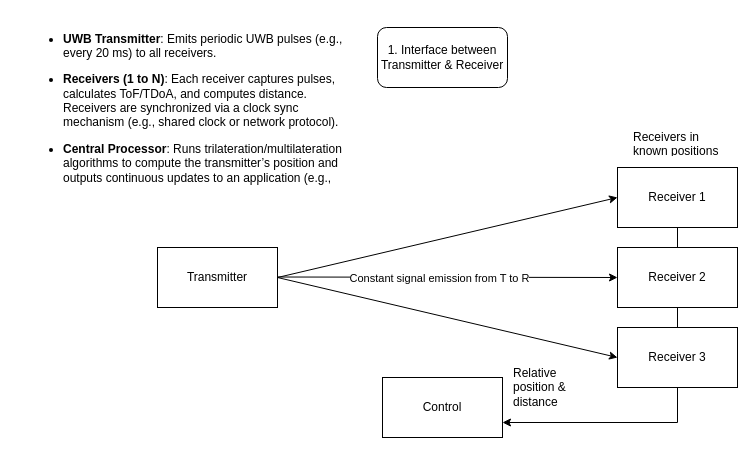
Above: page "Page-2" (2 of 3) of diagrams/blockdiagramdesign.drawio in BowieJames/FollowMe (draw.io), before the change. Source tidied: cells renumbered, new cells numbered last; positions are measured from the earlier drawing's top-left corner, leaving out a move shared by most shapes. Both pictures are drawn from the tidied source at 100%, with x=0, y=0 at pixel (17, 17).
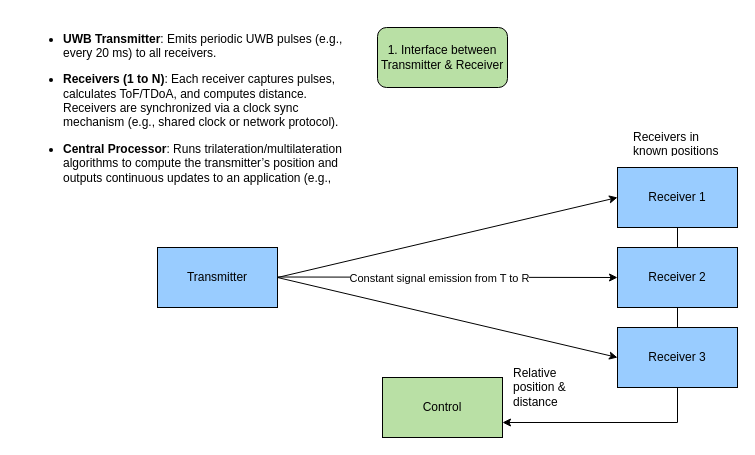
After the change.

Change to the diagram source:
```diff
@@
 <mxGraphModel>
   <root>
     <mxCell id="0" />
     <mxCell id="1" parent="0" />
-    <mxCell id="2" value="1. Interface between Transmitter &amp;amp; Receiver" style="rounded=1;whiteSpace=wrap;html=1;" parent="1" vertex="1">
+    <mxCell id="2" value="1. Interface between Transmitter &amp;amp; Receiver" style="rounded=1;whiteSpace=wrap;html=1;fillColor=#B9E0A5;" parent="1" vertex="1">
       <mxGeometry x="360" y="10" width="130" height="60" as="geometry" />
     </mxCell>
-    <mxCell id="3" value="Transmitter" style="rounded=0;whiteSpace=wrap;html=1;" parent="1" vertex="1">
+    <mxCell id="3" value="Transmitter" style="rounded=0;whiteSpace=wrap;html=1;fillColor=#99CCFF;" parent="1" vertex="1">
       <mxGeometry x="140" y="230" width="120" height="60" as="geometry" />
     </mxCell>
     <mxCell id="4" style="edgeStyle=orthogonalEdgeStyle;rounded=0;jettySize=auto;html=1;exitX=0.5;exitY=1;exitDx=0;exitDy=0;entryX=1;entryY=0.75;entryDx=0;entryDy=0;" parent="1" edge="1" source="5" target="13">
       <mxGeometry relative="1" as="geometry" />
     </mxCell>
-    <mxCell id="5" value="Receiver 1" style="rounded=0;whiteSpace=wrap;html=1;" parent="1" vertex="1">
+    <mxCell id="5" value="Receiver 1" style="rounded=0;whiteSpace=wrap;html=1;fillColor=#99CCFF;" parent="1" vertex="1">
       <mxGeometry x="600" y="150" width="120" height="60" as="geometry" />
     </mxCell>
     <mxCell id="6" style="endArrow=classic;html=1;rounded=0;entryX=0;entryY=0.5;entryDx=0;entryDy=0;" parent="1" edge="1">
       <mxGeometry relative="1" as="geometry">
         <mxPoint x="260" y="259.5" as="sourcePoint" />
         <mxPoint x="600" y="260" as="targetPoint" />
       </mxGeometry>
     </mxCell>
     <mxCell id="7" value="Constant signal emission from T to R" style="edgeLabel;html=1;align=center;verticalAlign=middle;" parent="6" vertex="1">
       <mxGeometry x="-0.05" y="-1" relative="1" as="geometry" />
     </mxCell>
-    <mxCell id="8" value="Receiver 2" style="rounded=0;whiteSpace=wrap;html=1;" parent="1" vertex="1">
+    <mxCell id="8" value="Receiver 2" style="rounded=0;whiteSpace=wrap;html=1;fillColor=#99CCFF;" parent="1" vertex="1">
       <mxGeometry x="600" y="230" width="120" height="60" as="geometry" />
     </mxCell>
-    <mxCell id="9" value="Receiver 3" style="rounded=0;whiteSpace=wrap;html=1;" parent="1" vertex="1">
+    <mxCell id="9" value="Receiver 3" style="rounded=0;whiteSpace=wrap;html=1;fillColor=#99CCFF;" parent="1" vertex="1">
       <mxGeometry x="600" y="310" width="120" height="60" as="geometry" />
     </mxCell>
     <mxCell id="10" style="endArrow=classic;html=1;rounded=0;entryX=0;entryY=0.5;entryDx=0;entryDy=0;" parent="1" edge="1" target="5">
       <mxGeometry relative="1" as="geometry">
         <mxPoint x="260" y="260" as="sourcePoint" />
       </mxGeometry>
     </mxCell>
     <mxCell id="11" style="endArrow=classic;html=1;rounded=0;entryX=0;entryY=0.5;entryDx=0;entryDy=0;" parent="1" edge="1" target="9">
       <mxGeometry relative="1" as="geometry">
         <mxPoint x="260" y="260" as="sourcePoint" />
       </mxGeometry>
     </mxCell>
     <mxCell id="12" value="Receivers in known positions" style="text;strokeColor=none;fillColor=none;align=left;verticalAlign=middle;spacingLeft=4;spacingRight=4;overflow=hidden;whiteSpace=wrap;html=1;" parent="1" vertex="1">
       <mxGeometry x="610" y="110" width="100" height="30" as="geometry" />
     </mxCell>
-    <mxCell id="13" value="Control" style="rounded=0;whiteSpace=wrap;html=1;" parent="1" vertex="1">
+    <mxCell id="13" value="Control" style="rounded=0;whiteSpace=wrap;html=1;fillColor=#B9E0A5;" parent="1" vertex="1">
       <mxGeometry x="365" y="360" width="120" height="60" as="geometry" />
     </mxCell>
     <mxCell id="14" value="Relative position &amp;amp; distance&amp;nbsp;" style="text;strokeColor=none;fillColor=none;align=left;verticalAlign=middle;spacingLeft=4;spacingRight=4;overflow=hidden;whiteSpace=wrap;html=1;" parent="1" vertex="1">
       <mxGeometry x="490" y="330" width="80" height="80" as="geometry" />
     </mxCell>
     <mxCell id="15" value="&lt;ul dir=&quot;ltr&quot; class=&quot;tight&quot;&gt;&lt;li&gt;&lt;p dir=&quot;ltr&quot;&gt;&lt;strong&gt;UWB Transmitter&lt;/strong&gt;: Emits periodic UWB pulses (e.g., every 20 ms) to all receivers.&lt;/p&gt;&lt;/li&gt;&lt;li&gt;&lt;p dir=&quot;ltr&quot;&gt;&lt;strong&gt;Receivers (1 to N)&lt;/strong&gt;: Each receiver captures pulses, calculates ToF/TDoA, and computes distance. Receivers are synchronized via a clock sync mechanism (e.g., shared clock or network protocol).&lt;/p&gt;&lt;/li&gt;&lt;li&gt;&lt;p dir=&quot;ltr&quot;&gt;&lt;strong style=&quot;background-color: transparent; color: light-dark(rgb(0, 0, 0), rgb(255, 255, 255));&quot;&gt;Central Processor&lt;/strong&gt;&lt;span style=&quot;background-color: transparent; color: light-dark(rgb(0, 0, 0), rgb(255, 255, 255));&quot;&gt;: Runs trilateration/multilateration algorithms to compute the transmitter’s position and outputs continuous updates to an application (e.g., via MQTT or a display).&lt;/span&gt;&lt;/p&gt;&lt;/li&gt;&lt;/ul&gt;" style="text;strokeColor=none;fillColor=none;align=left;verticalAlign=middle;spacingLeft=4;spacingRight=4;overflow=hidden;whiteSpace=wrap;html=1;" parent="1" vertex="1">
       <mxGeometry width="330" height="170" as="geometry" />
     </mxCell>
   </root>
 </mxGraphModel>
```
